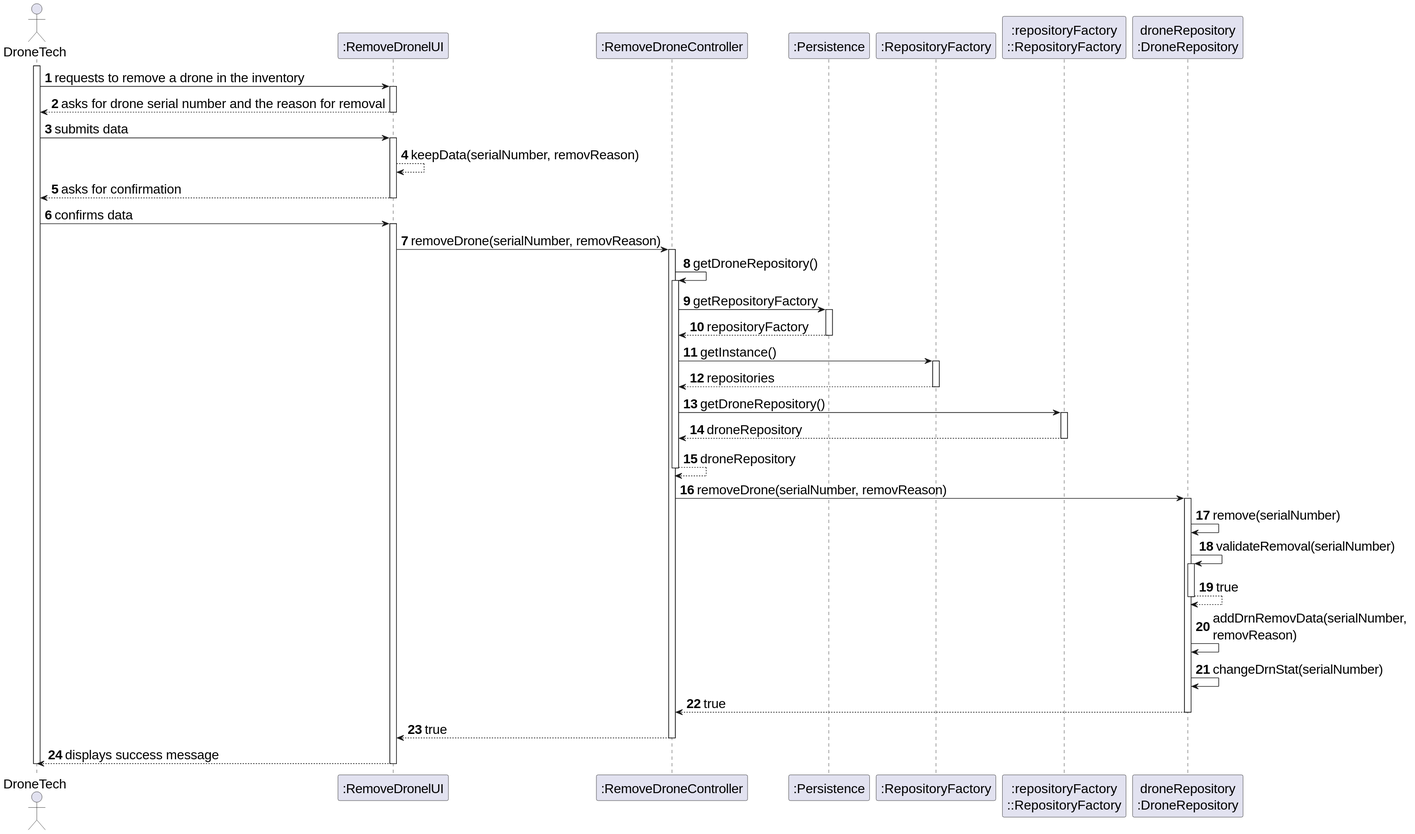
The PlantUML diagram docs/SPRINT_2/US242/images/sequence_diagram_us242.svg in diogoveirospro/sem4pi-2024-2025-sem4pi_2024_2025_g44, before a commit.
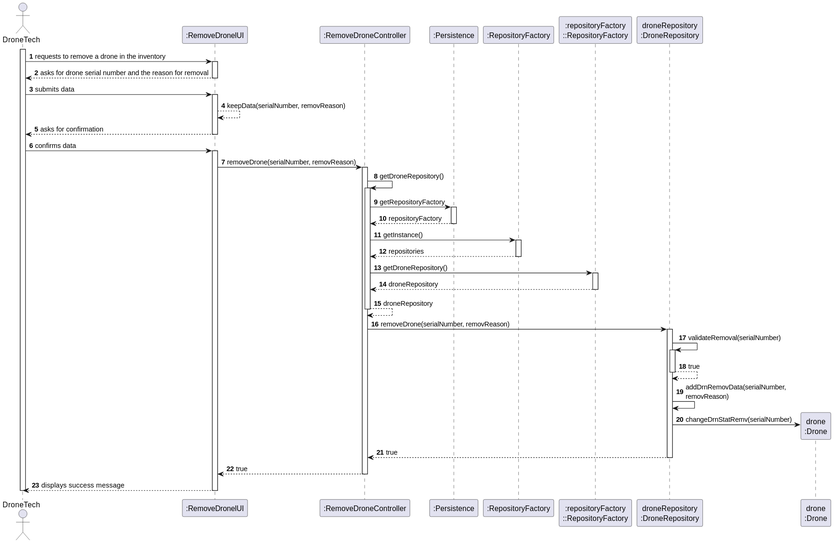
Above is the later version.

What changed in the source:
```diff
@@ -1,5 +1,4 @@
 @startuml
-skinparamlocked defaultFontSize 20
 
 skinparam packageStyle rectangle
 skinparam shadowing false
@@ -13,6 +12,7 @@
 participant ":RepositoryFactory" as REPOS
 participant ":repositoryFactory\n::RepositoryFactory" as REPOS_SINGLETON
 participant "droneRepository\n:DroneRepository" as DRN_REPO
+participant "drone\n:Drone" as DRN
 
 activate DT
 
@@ -50,13 +50,14 @@
             CTRL -> DRN_REPO : removeDrone(serialNumber, removReason)
             activate DRN_REPO
 
-        DRN_REPO -> DRN_REPO : remove(serialNumber)
+
                     DRN_REPO -> DRN_REPO: validateRemoval(serialNumber)
                     activate DRN_REPO
                         DRN_REPO --> DRN_REPO : true
                     deactivate DRN_REPO
+
         DRN_REPO -> DRN_REPO : addDrnRemovData(serialNumber, \nremovReason)
-        DRN_REPO -> DRN_REPO : changeDrnStat(serialNumber)
+        DRN_REPO -> DRN** : changeDrnStatRemv(serialNumber)
                     DRN_REPO --> CTRL : true
 
         deactivate DRN_REPO
```
